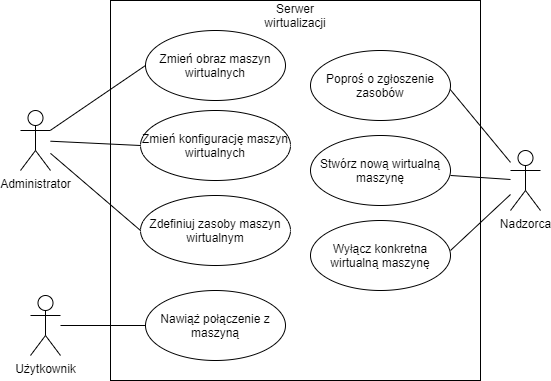
Earlier version of the draw.io export diagrams/use_cases/virtualisation_server.png (one-click-desktop/documentation). Source tidied: cells renumbered, new cells last; positions are measured from the earlier drawing's top-left corner, leaving out a move shared by most shapes. Source of this version:
```xml
<mxGraphModel>
  <root>
    <mxCell id="0" />
    <mxCell id="1" parent="0" />
    <mxCell id="2" style="rounded=0;whiteSpace=wrap;html=1;" parent="1" vertex="1">
      <mxGeometry x="90" width="370" height="380" as="geometry" />
    </mxCell>
    <mxCell id="3" value="Użytkownik" style="shape=umlActor;verticalLabelPosition=bottom;verticalAlign=top;html=1;" parent="1" vertex="1">
      <mxGeometry x="10" y="295" width="30" height="60" as="geometry" />
    </mxCell>
    <mxCell id="4" value="Nadzorca" style="shape=umlActor;verticalLabelPosition=bottom;verticalAlign=top;html=1;" parent="1" vertex="1">
      <mxGeometry x="490" y="150" width="30" height="60" as="geometry" />
    </mxCell>
    <mxCell id="5" value="Nawiąż połączenie z maszyną" style="ellipse;whiteSpace=wrap;html=1;" parent="1" vertex="1">
      <mxGeometry x="125" y="290" width="140" height="70" as="geometry" />
    </mxCell>
    <mxCell id="6" value="&lt;div&gt;Poproś o zgłoszenie&lt;/div&gt;&lt;div&gt;zasobów&lt;br&gt;&lt;/div&gt;" style="ellipse;whiteSpace=wrap;html=1;" parent="1" vertex="1">
      <mxGeometry x="290" y="50" width="140" height="70" as="geometry" />
    </mxCell>
    <mxCell id="7" value="Stwórz nową wirtualną maszynę" style="ellipse;whiteSpace=wrap;html=1;" parent="1" vertex="1">
      <mxGeometry x="290" y="135" width="140" height="70" as="geometry" />
    </mxCell>
    <mxCell id="8" style="endArrow=none;html=1;rounded=0;entryX=0;entryY=0.5;entryDx=0;entryDy=0;" parent="1" edge="1" source="3" target="5">
      <mxGeometry relative="1" as="geometry" />
    </mxCell>
    <mxCell id="9" style="endArrow=none;html=1;rounded=0;exitX=1;exitY=0.571;exitDx=0;exitDy=0;exitPerimeter=0;" parent="1" edge="1" source="7" target="4">
      <mxGeometry relative="1" as="geometry" />
    </mxCell>
    <mxCell id="10" style="endArrow=none;html=1;rounded=0;exitX=0.998;exitY=0.557;exitDx=0;exitDy=0;exitPerimeter=0;" parent="1" edge="1" source="6" target="4">
      <mxGeometry relative="1" as="geometry" />
    </mxCell>
    <mxCell id="11" value="&lt;div&gt;Serwer&lt;/div&gt;&lt;div&gt;wirtualizacji&lt;br&gt;&lt;/div&gt;" style="text;html=1;strokeColor=none;fillColor=none;align=center;verticalAlign=middle;whiteSpace=wrap;rounded=0;" parent="1" vertex="1">
      <mxGeometry x="245" width="60" height="30" as="geometry" />
    </mxCell>
    <mxCell id="12" value="Administrator" style="shape=umlActor;verticalLabelPosition=bottom;verticalAlign=top;html=1;outlineConnect=0;" parent="1" vertex="1">
      <mxGeometry y="110" width="30" height="60" as="geometry" />
    </mxCell>
    <mxCell id="13" value="Zmień obraz maszyn wirtualnych" style="ellipse;whiteSpace=wrap;html=1;" parent="1" vertex="1">
      <mxGeometry x="125" y="30" width="140" height="70" as="geometry" />
    </mxCell>
    <mxCell id="14" value="&lt;div&gt;Zmień konfigurację maszyn wirtualnych&lt;/div&gt;" style="ellipse;whiteSpace=wrap;html=1;" parent="1" vertex="1">
      <mxGeometry x="120" y="110" width="150" height="70" as="geometry" />
    </mxCell>
    <mxCell id="15" value="Zdefiniuj zasoby maszyn wirtualnym" style="ellipse;whiteSpace=wrap;html=1;" parent="1" vertex="1">
      <mxGeometry x="120" y="195" width="150" height="70" as="geometry" />
    </mxCell>
    <mxCell id="16" style="endArrow=none;html=1;rounded=0;exitX=0;exitY=0.5;exitDx=0;exitDy=0;" parent="1" edge="1" source="15" target="12">
      <mxGeometry relative="1" as="geometry" />
    </mxCell>
    <mxCell id="17" style="endArrow=none;html=1;rounded=0;entryX=0;entryY=0.5;entryDx=0;entryDy=0;" parent="1" edge="1" source="12" target="13">
      <mxGeometry relative="1" as="geometry" />
    </mxCell>
    <mxCell id="18" style="endArrow=none;html=1;rounded=0;entryX=0;entryY=0.5;entryDx=0;entryDy=0;" parent="1" edge="1" source="12" target="14">
      <mxGeometry relative="1" as="geometry" />
    </mxCell>
    <mxCell id="19" value="Wyłącz konkretna wirtualną maszynę" style="ellipse;whiteSpace=wrap;html=1;" parent="1" vertex="1">
      <mxGeometry x="290" y="220" width="140" height="70" as="geometry" />
    </mxCell>
    <mxCell id="20" style="endArrow=none;html=1;rounded=0;exitX=0.998;exitY=0.557;exitDx=0;exitDy=0;exitPerimeter=0;" parent="1" edge="1" target="4">
      <mxGeometry relative="1" as="geometry">
        <mxPoint x="430" y="250" as="sourcePoint" />
      </mxGeometry>
    </mxCell>
  </root>
</mxGraphModel>
```
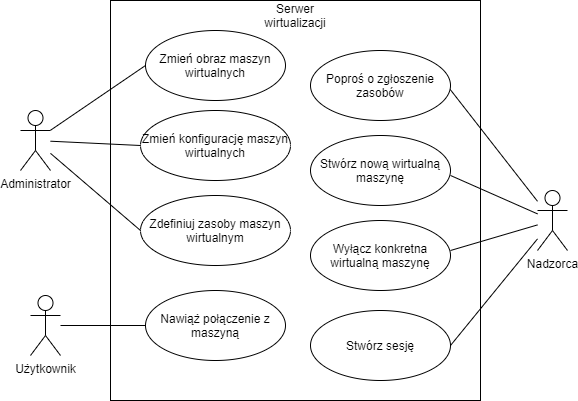
After the change.

Commit message:
Aktualizacja diagramów stanów

Diff of the diagram source:
```diff
@@ -2,14 +2,14 @@
   <root>
     <mxCell id="0" />
     <mxCell id="1" parent="0" />
-    <mxCell id="2" style="rounded=0;whiteSpace=wrap;html=1;" parent="1" vertex="1">
-      <mxGeometry x="90" width="370" height="380" as="geometry" />
-    </mxCell>
+    <mxCell id="21" style="rounded=0;whiteSpace=wrap;html=1;" parent="1" vertex="1">
+      <mxGeometry x="90" width="370" height="400" as="geometry" />
+    </mxCell>
     <mxCell id="3" value="Użytkownik" style="shape=umlActor;verticalLabelPosition=bottom;verticalAlign=top;html=1;" parent="1" vertex="1">
       <mxGeometry x="10" y="295" width="30" height="60" as="geometry" />
     </mxCell>
     <mxCell id="4" value="Nadzorca" style="shape=umlActor;verticalLabelPosition=bottom;verticalAlign=top;html=1;" parent="1" vertex="1">
-      <mxGeometry x="490" y="150" width="30" height="60" as="geometry" />
+      <mxGeometry x="517" y="190" width="30" height="60" as="geometry" />
     </mxCell>
     <mxCell id="5" value="Nawiąż połączenie z maszyną" style="ellipse;whiteSpace=wrap;html=1;" parent="1" vertex="1">
       <mxGeometry x="125" y="290" width="140" height="70" as="geometry" />
@@ -56,10 +56,16 @@
     <mxCell id="19" value="Wyłącz konkretna wirtualną maszynę" style="ellipse;whiteSpace=wrap;html=1;" parent="1" vertex="1">
       <mxGeometry x="290" y="220" width="140" height="70" as="geometry" />
     </mxCell>
-    <mxCell id="20" style="endArrow=none;html=1;rounded=0;exitX=0.998;exitY=0.557;exitDx=0;exitDy=0;exitPerimeter=0;" parent="1" edge="1" target="4">
-      <mxGeometry relative="1" as="geometry">
-        <mxPoint x="430" y="250" as="sourcePoint" />
-      </mxGeometry>
-    </mxCell>
+    <mxCell id="22" style="endArrow=none;html=1;rounded=0;exitX=0.998;exitY=0.557;exitDx=0;exitDy=0;exitPerimeter=0;" parent="1" edge="1" target="4">
+      <mxGeometry relative="1" as="geometry">
+        <mxPoint x="430" y="250" as="sourcePoint" />
+      </mxGeometry>
+    </mxCell>
+    <mxCell id="23" value="&lt;div&gt;Stwórz sesję&lt;/div&gt;" style="ellipse;whiteSpace=wrap;html=1;" parent="1" vertex="1">
+      <mxGeometry x="290" y="310" width="140" height="70" as="geometry" />
+    </mxCell>
+    <mxCell id="24" style="endArrow=none;html=1;rounded=0;exitX=1;exitY=0.5;exitDx=0;exitDy=0;" parent="1" edge="1" source="23" target="4">
+      <mxGeometry relative="1" as="geometry" />
+    </mxCell>
   </root>
 </mxGraphModel>
```
